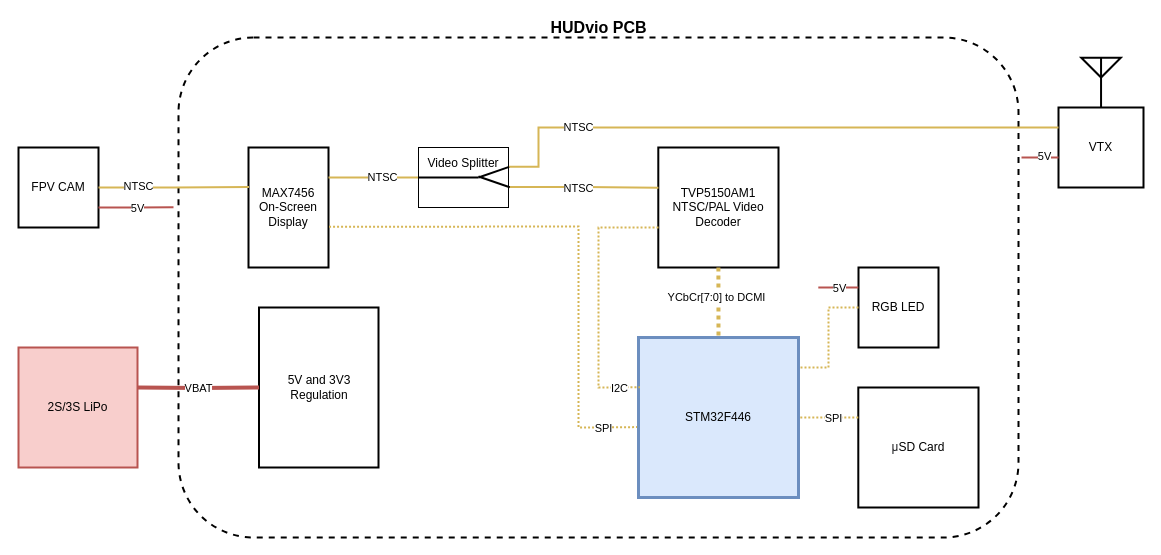
Before: HUDVio/System_Architecture.drawio in Skyhawkson/HUDvio, a draw.io diagram. Source tidied: cells renumbered, new cells numbered last; positions are measured from the earlier drawing's top-left corner, leaving out a move shared by most shapes. Both pictures are drawn from the tidied source at 100%, with x=0, y=0 at pixel (18, 17).
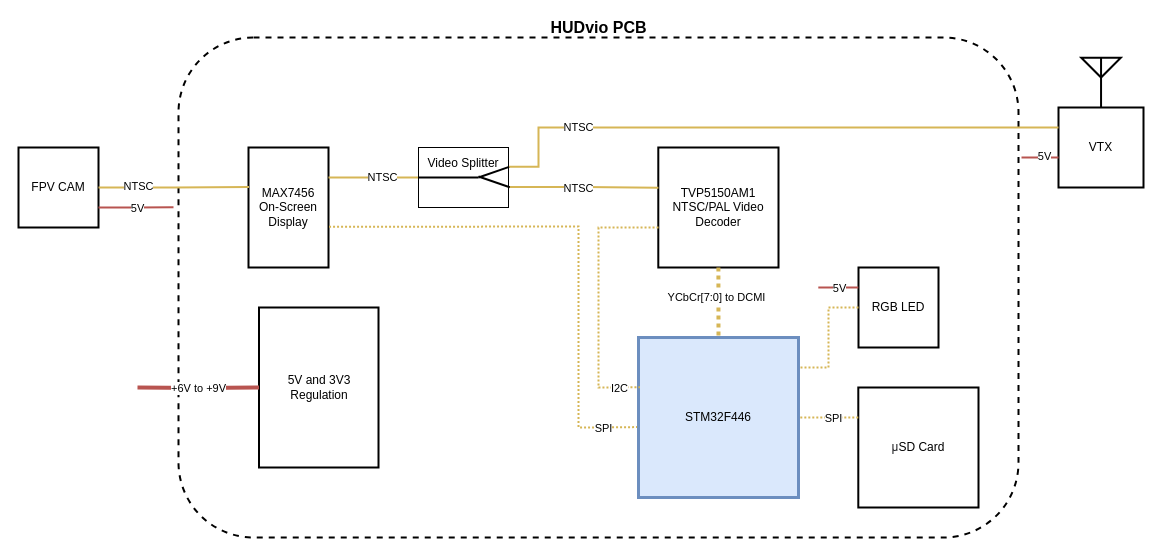
After the change.

The change refers to these unchanged cells:
```xml
<mxCell id="28" value="5V and 3V3 Regulation" style="rounded=0;whiteSpace=wrap;html=1;strokeWidth=2;" parent="1" vertex="1">
  <mxGeometry x="240.5" y="290" width="119.5" height="160" as="geometry" />
</mxCell>
```

What changed in the source:
```diff
@@
-    <mxCell id="9" value="2S/3S LiPo" style="rounded=0;whiteSpace=wrap;html=1;strokeWidth=2;fillColor=#f8cecc;strokeColor=#b85450;" parent="1" vertex="1">
-      <mxGeometry y="330" width="119" height="120" as="geometry" />
-    </mxCell>
@@
-    <mxCell id="29" value="VBAT" style="edgeStyle=orthogonalEdgeStyle;rounded=0;jettySize=auto;html=1;entryX=0;entryY=0.5;entryDx=0;entryDy=0;startArrow=none;startFill=0;endArrow=none;endFill=0;strokeWidth=4;fillColor=#f8cecc;strokeColor=#b85450;" parent="1" edge="1" target="28">
+    <mxCell id="29" value="+6V to +9V" style="edgeStyle=orthogonalEdgeStyle;rounded=0;jettySize=auto;html=1;entryX=0;entryY=0.5;entryDx=0;entryDy=0;startArrow=none;startFill=0;endArrow=none;endFill=0;strokeWidth=4;fillColor=#f8cecc;strokeColor=#b85450;" parent="1" edge="1" target="28">
       <mxGeometry relative="1" as="geometry">
         <mxPoint x="119" y="370" as="sourcePoint" />
       </mxGeometry>
     </mxCell>
```
